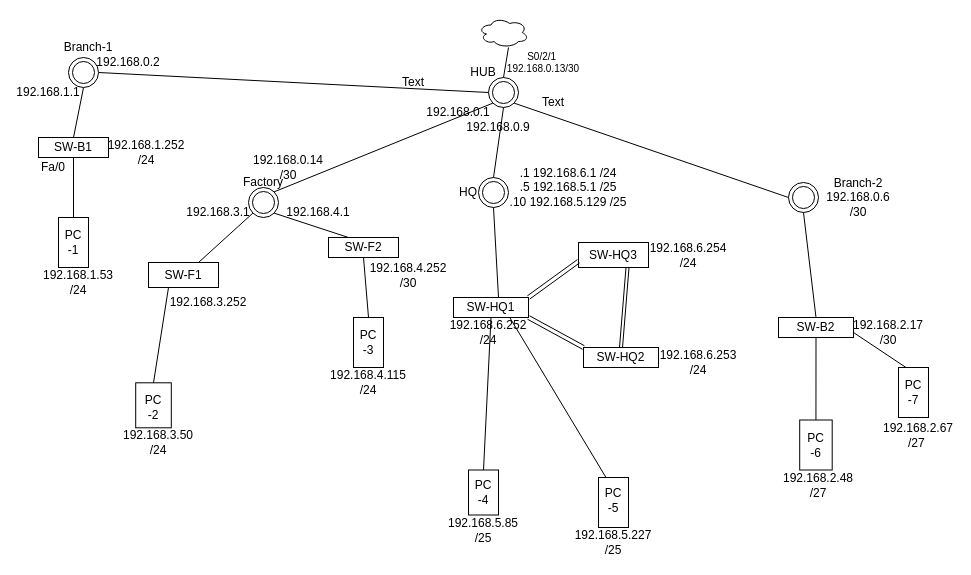
Before: Untitled Diagram.drawio in mbwoodard/cisco, a draw.io diagram. Source tidied: cells renumbered, new cells numbered last; positions are measured from the earlier drawing's top-left corner, leaving out a move shared by most shapes. Both pictures are drawn from the tidied source at 100%, with x=0, y=0 at pixel (18, 17).
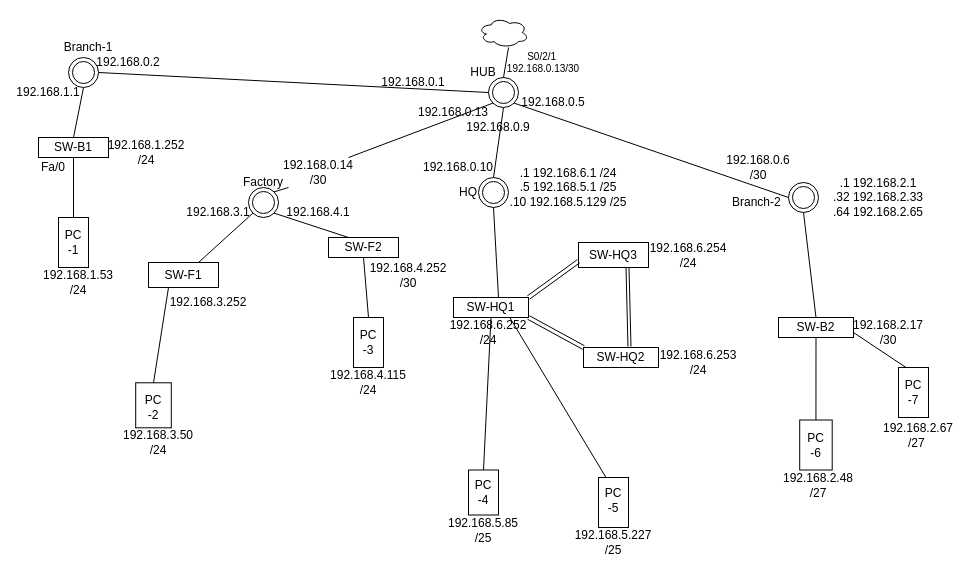
After the change.

Unchanged cells that the change refers to:
```xml
<mxCell id="3" style="ellipse;shape=doubleEllipse;whiteSpace=wrap;html=1;" parent="1" vertex="1">
  <mxGeometry x="470" y="60" width="30" height="30" as="geometry" />
</mxCell>
<mxCell id="4" style="ellipse;shape=doubleEllipse;whiteSpace=wrap;html=1;" parent="1" vertex="1">
  <mxGeometry x="230" y="170" width="30" height="30" as="geometry" />
</mxCell>
<mxCell id="39" value="SW-HQ2" style="rounded=0;whiteSpace=wrap;html=1;" parent="1" vertex="1">
  <mxGeometry x="565" y="330" width="75" height="20" as="geometry" />
</mxCell>
```

Diff of the diagram source:
```diff
@@
-    <mxCell id="10" style="endArrow=none;html=1;rounded=0;entryX=0;entryY=1;entryDx=0;entryDy=0;exitX=1;exitY=0;exitDx=0;exitDy=0;" parent="1" edge="1" source="4" target="3">
+    <mxCell id="10" style="endArrow=none;html=1;rounded=0;entryX=0;entryY=1;entryDx=0;entryDy=0;exitX=1;exitY=0;exitDx=0;exitDy=0;" parent="1" edge="1" source="76" target="3">
       <mxGeometry relative="1" as="geometry" />
     </mxCell>
@@
-    <mxCell id="54" value="Branch-2 192.168.0.6 /30" style="text;html=1;whiteSpace=wrap;strokeColor=none;fillColor=none;align=center;verticalAlign=middle;rounded=0;" parent="1" vertex="1">
-      <mxGeometry x="810" y="165" width="60" height="30" as="geometry" />
+    <mxCell id="54" value="Branch-2&amp;nbsp;" style="text;html=1;whiteSpace=wrap;strokeColor=none;fillColor=none;align=center;verticalAlign=middle;rounded=0;" parent="1" vertex="1">
+      <mxGeometry x="710" y="170" width="60" height="30" as="geometry" />
     </mxCell>
@@
-    <mxCell id="62" value="192.168.2.17 /30" style="text;html=1;whiteSpace=wrap;strokeColor=none;fillColor=none;align=center;verticalAlign=middle;rounded=0;" parent="1" vertex="1">
-      <mxGeometry x="840" y="300" width="60" height="30" as="geometry" />
-    </mxCell>
@@
-    <mxCell id="67" style="shape=link;html=1;rounded=0;width=3;entryX=0.5;entryY=0;entryDx=0;entryDy=0;" parent="1" edge="1" target="39">
+    <mxCell id="67" style="shape=link;html=1;rounded=0;width=3;entryX=0.613;entryY=-0.05;entryDx=0;entryDy=0;entryPerimeter=0;" parent="1" edge="1" target="39">
       <mxGeometry relative="1" as="geometry">
         <mxPoint x="609" y="250" as="sourcePoint" />
       </mxGeometry>
     </mxCell>
@@
-    <mxCell id="76" value="192.168.0.14 /30" style="text;html=1;whiteSpace=wrap;strokeColor=none;fillColor=none;align=center;verticalAlign=middle;rounded=0;" parent="1" vertex="1">
-      <mxGeometry x="240" y="135" width="60" height="30" as="geometry" />
-    </mxCell>
-    <mxCell id="77" value="Text" style="text;html=1;whiteSpace=wrap;strokeColor=none;fillColor=none;align=center;verticalAlign=middle;rounded=0;" parent="1" vertex="1">
+    <mxCell id="77" value="192.168.0.1" style="text;html=1;whiteSpace=wrap;strokeColor=none;fillColor=none;align=center;verticalAlign=middle;rounded=0;" parent="1" vertex="1">
       <mxGeometry x="365" y="50" width="60" height="30" as="geometry" />
     </mxCell>
-    <mxCell id="78" value="192.168.0.1" style="text;html=1;whiteSpace=wrap;strokeColor=none;fillColor=none;align=center;verticalAlign=middle;rounded=0;" parent="1" vertex="1">
-      <mxGeometry x="410" y="80" width="60" height="30" as="geometry" />
+    <mxCell id="78" value="192.168.0.13" style="text;html=1;whiteSpace=wrap;strokeColor=none;fillColor=none;align=center;verticalAlign=middle;rounded=0;" parent="1" vertex="1">
+      <mxGeometry x="405" y="80" width="60" height="30" as="geometry" />
     </mxCell>
@@
-    <mxCell id="80" value="Text" style="text;html=1;whiteSpace=wrap;strokeColor=none;fillColor=none;align=center;verticalAlign=middle;rounded=0;" parent="1" vertex="1">
+    <mxCell id="80" value="192.168.0.5" style="text;html=1;whiteSpace=wrap;strokeColor=none;fillColor=none;align=center;verticalAlign=middle;rounded=0;" parent="1" vertex="1">
       <mxGeometry x="505" y="70" width="60" height="30" as="geometry" />
     </mxCell>
+    <mxCell id="62" value="192.168.2.17 /30" style="text;html=1;whiteSpace=wrap;strokeColor=none;fillColor=none;align=center;verticalAlign=middle;rounded=0;" parent="1" vertex="1">
+      <mxGeometry x="840" y="300" width="60" height="30" as="geometry" />
+    </mxCell>
+    <mxCell id="81" value=".1 192.168.2.1&lt;div&gt;.32 192.168.2.33&lt;/div&gt;&lt;div&gt;.64 192.168.2.65&lt;/div&gt;" style="text;html=1;whiteSpace=wrap;strokeColor=none;fillColor=none;align=center;verticalAlign=middle;rounded=0;" parent="1" vertex="1">
+      <mxGeometry x="800" y="165" width="120" height="30" as="geometry" />
+    </mxCell>
+    <mxCell id="82" value="192.168.0.6 /30" style="text;html=1;whiteSpace=wrap;strokeColor=none;fillColor=none;align=center;verticalAlign=middle;rounded=0;" parent="1" vertex="1">
+      <mxGeometry x="710" y="135" width="60" height="30" as="geometry" />
+    </mxCell>
+    <mxCell id="83" value="192.168.0.10" style="text;html=1;whiteSpace=wrap;strokeColor=none;fillColor=none;align=center;verticalAlign=middle;rounded=0;" parent="1" vertex="1">
+      <mxGeometry x="410" y="135" width="60" height="30" as="geometry" />
+    </mxCell>
+    <mxCell id="84" style="endArrow=none;html=1;rounded=0;entryX=0;entryY=1;entryDx=0;entryDy=0;exitX=1;exitY=0;exitDx=0;exitDy=0;" parent="1" edge="1" source="4" target="76">
+      <mxGeometry relative="1" as="geometry" />
+    </mxCell>
+    <mxCell id="76" value="192.168.0.14 /30" style="text;html=1;whiteSpace=wrap;strokeColor=none;fillColor=none;align=center;verticalAlign=middle;rounded=0;" parent="1" vertex="1">
+      <mxGeometry x="270" y="140" width="60" height="30" as="geometry" />
+    </mxCell>
```
